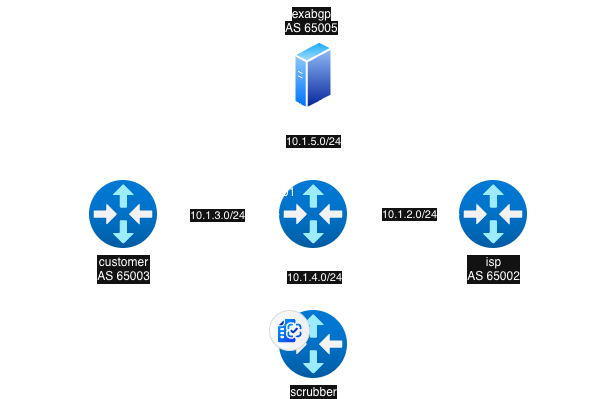
The draw.io diagram flowspec/drawings/flowspec.png in DanielBlazek18/networkinglabs, before a commit. Source tidied: cells renumbered, new cells last; positions are measured from the earlier drawing's top-left corner, leaving out a move shared by most shapes.
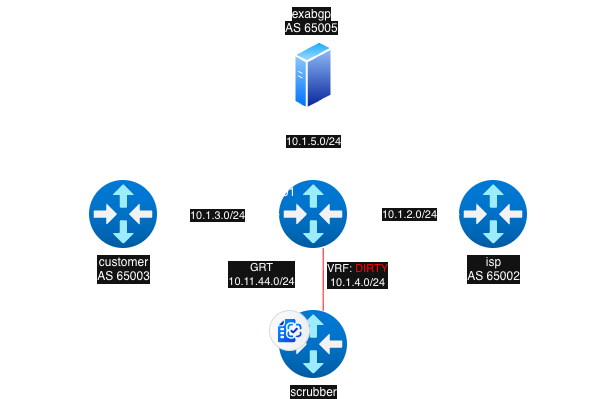
After the commit.

Commit message:
FlowSpec Lab #2 done

What changed in the source:
```diff
@@ -21,11 +21,16 @@
         <mxPoint x="-10" y="3" as="offset" />
       </mxGeometry>
     </mxCell>
-    <mxCell id="7" style="edgeStyle=orthogonalEdgeStyle;rounded=0;jettySize=auto;html=1;endArrow=none;endFill=0;" parent="1" edge="1" source="9" target="13">
-      <mxGeometry relative="1" as="geometry" />
+    <mxCell id="7" style="edgeStyle=orthogonalEdgeStyle;rounded=0;orthogonalLoop=1;jettySize=auto;html=1;endArrow=none;endFill=0;strokeColor=#FF0000;" parent="1" edge="1">
+      <mxGeometry relative="1" as="geometry">
+        <mxPoint x="313.7" y="248" as="sourcePoint" />
+        <mxPoint x="313.7" y="310" as="targetPoint" />
+      </mxGeometry>
     </mxCell>
-    <mxCell id="8" value="10.1.4.0/24" style="edgeLabel;html=1;align=center;verticalAlign=middle;" parent="7" vertex="1">
-      <mxGeometry x="-0.09" y="1" relative="1" as="geometry" />
+    <mxCell id="8" value="&lt;div&gt;&lt;span style=&quot;background-color: light-dark(#ffffff, var(--ge-dark-color, #121212)); color: light-dark(rgb(0, 0, 0), rgb(255, 255, 255));&quot;&gt;GRT&lt;/span&gt;&lt;/div&gt;&lt;div&gt;&lt;span style=&quot;background-color: light-dark(#ffffff, var(--ge-dark-color, #121212)); color: light-dark(rgb(0, 0, 0), rgb(255, 255, 255));&quot;&gt;10.11.44.0/24&lt;/span&gt;&lt;/div&gt;" style="edgeLabel;html=1;align=center;verticalAlign=middle;" parent="7" vertex="1">
+      <mxGeometry x="-0.09" y="1" relative="1" as="geometry">
+        <mxPoint x="-63" y="-3" as="offset" />
+      </mxGeometry>
     </mxCell>
     <mxCell id="9" style="image;html=1;points=[];align=center;fontSize=12;image=img/lib/azure2/networking/Virtual_Router.svg;" parent="1" vertex="1">
       <mxGeometry x="270" y="180" width="68" height="68" as="geometry" />
@@ -72,5 +77,16 @@
     <mxCell id="22" value="&lt;font style=&quot;font-size: 9px;&quot;&gt;flow-spec enabled&lt;/font&gt;" style="text;html=1;whiteSpace=wrap;strokeColor=none;fillColor=none;align=center;verticalAlign=middle;rounded=0;" parent="1" vertex="1">
       <mxGeometry x="318" y="165" width="60" height="20" as="geometry" />
     </mxCell>
+    <mxCell id="23" style="edgeStyle=orthogonalEdgeStyle;rounded=0;orthogonalLoop=1;jettySize=auto;html=1;endArrow=none;endFill=0;" parent="1" edge="1">
+      <mxGeometry relative="1" as="geometry">
+        <mxPoint x="290" y="248" as="sourcePoint" />
+        <mxPoint x="290" y="310" as="targetPoint" />
+      </mxGeometry>
+    </mxCell>
+    <mxCell id="24" value="&lt;div&gt;VRF: &lt;font style=&quot;color: rgb(255, 0, 0);&quot;&gt;DIRTY&lt;/font&gt;&lt;/div&gt;10.1.4.0/24" style="edgeLabel;html=1;align=center;verticalAlign=middle;" parent="23" vertex="1">
+      <mxGeometry x="-0.09" y="1" relative="1" as="geometry">
+        <mxPoint x="57" y="-2" as="offset" />
+      </mxGeometry>
+    </mxCell>
   </root>
 </mxGraphModel>
```
